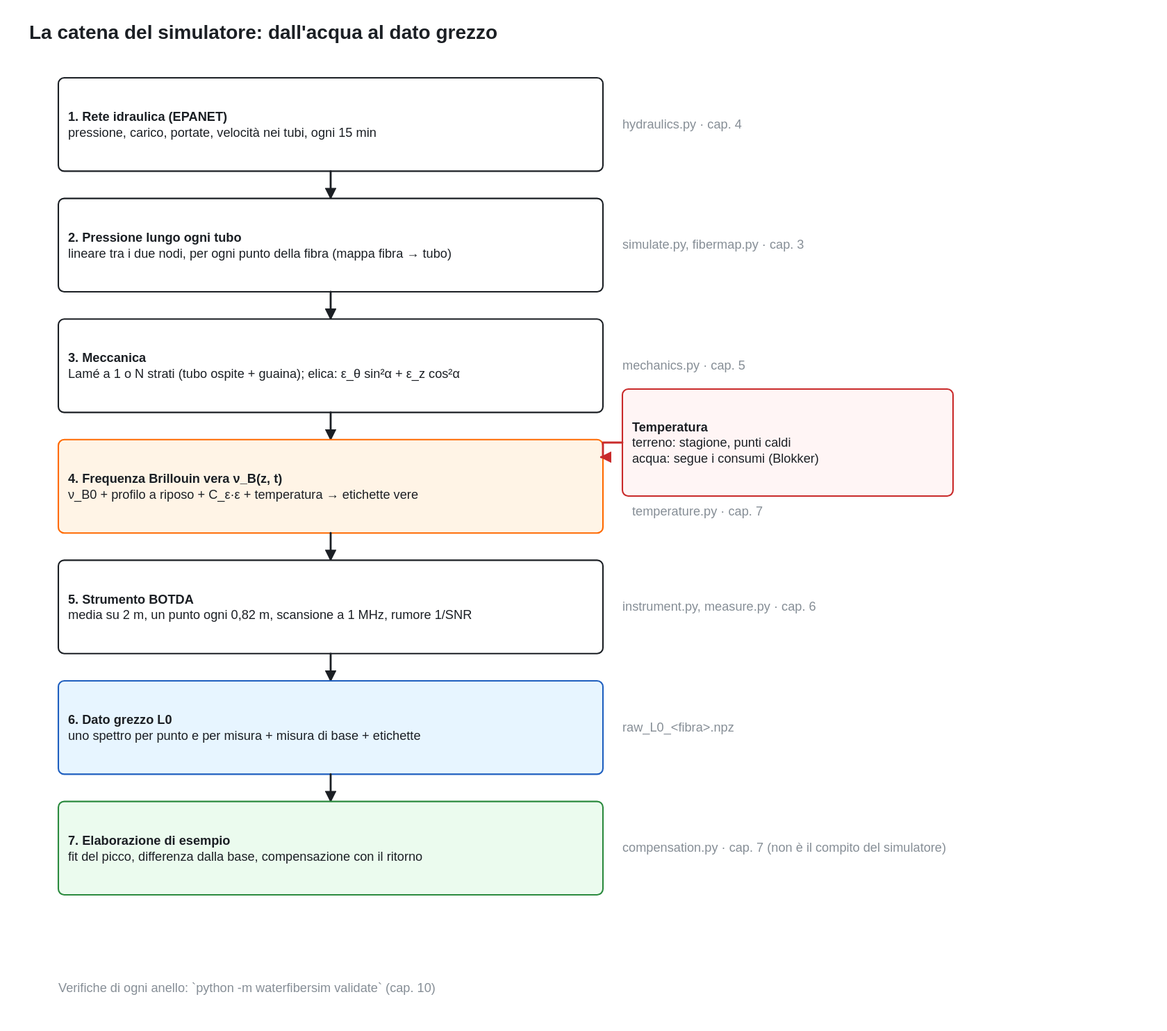
This is docs/img/catena_simulatore.drawio.svg from fabriziogiuliano/WaterFiberSim, a draw.io export, as it was before one commit. Source tidied: cells renumbered, new cells last; positions are measured from the earlier drawing's top-left corner, leaving out a move shared by most shapes.
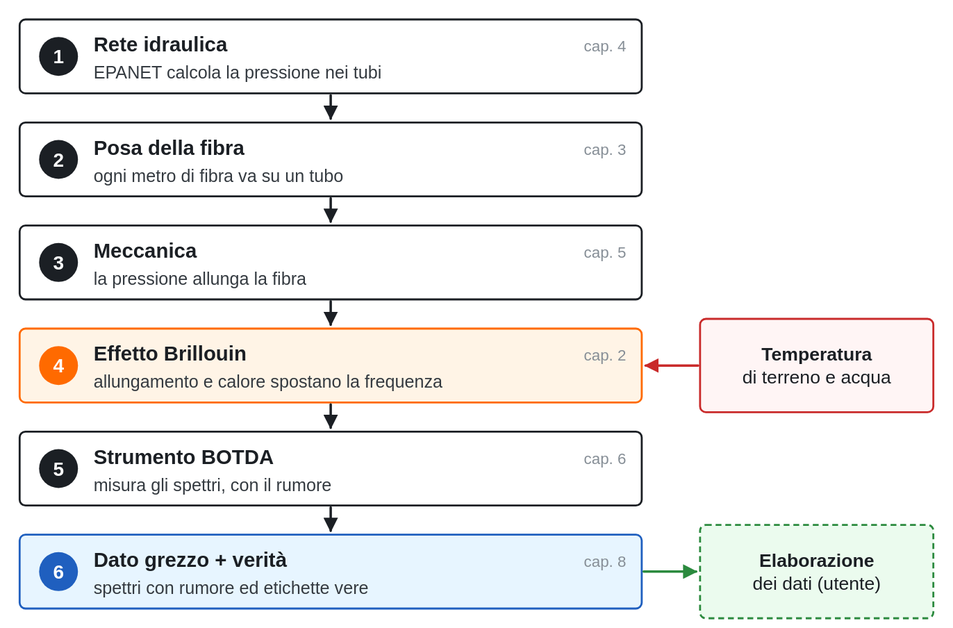
After the commit.

The edit, as a diff of the source:
```diff
@@ -2,105 +2,143 @@
   <root>
     <mxCell id="0" />
     <mxCell id="1" parent="0" />
-    <mxCell id="2" value="&lt;b&gt;La catena del simulatore: dall&amp;#x27;acqua al dato grezzo&lt;/b&gt;" style="text;html=1;fontFamily=Helvetica;spacing=0;align=left;verticalAlign=top;fontSize=20;fontColor=#1b1f24;whiteSpace=wrap;" parent="1" vertex="1">
-      <mxGeometry width="1100" height="29" as="geometry" />
+    <mxCell id="2" style="rounded=1;absoluteArcSize=1;arcSize=12;whiteSpace=wrap;html=1;fillColor=#ffffff;strokeColor=#1b1f24;fontFamily=Helvetica;fontColor=#1b1f24;fontSize=12;align=center;verticalAlign=middle;spacingLeft=2;strokeWidth=2;" parent="1" vertex="1">
+      <mxGeometry x="-10" width="640" height="76" as="geometry" />
     </mxCell>
-    <mxCell id="3" value="&lt;b&gt;1. Rete idraulica (EPANET)&lt;/b&gt;&lt;br&gt;pressione, carico, portate, velocità nei tubi, ogni 15 min" style="rounded=1;absoluteArcSize=1;arcSize=12;whiteSpace=wrap;html=1;fillColor=#ffffff;strokeColor=#1b1f24;fontFamily=Helvetica;fontColor=#1b1f24;fontSize=13;align=left;verticalAlign=middle;spacingLeft=10;strokeWidth=1.5;" parent="1" vertex="1">
-      <mxGeometry x="30" y="60" width="560" height="96" as="geometry" />
+    <mxCell id="3" value="&lt;b&gt;1&lt;/b&gt;" style="ellipse;html=1;fillColor=#1b1f24;strokeColor=none;strokeWidth=1.5;fontFamily=Helvetica;fontSize=20;fontColor=#ffffff;" parent="1" vertex="1">
+      <mxGeometry x="10" y="18" width="40" height="40" as="geometry" />
     </mxCell>
-    <mxCell id="4" value="hydraulics.py · cap. 4" style="text;html=1;fontFamily=Helvetica;spacing=0;align=left;verticalAlign=top;fontSize=13;fontColor=#868e96;whiteSpace=wrap;" parent="1" vertex="1">
-      <mxGeometry x="610" y="99" width="300" height="20.2" as="geometry" />
+    <mxCell id="4" value="&lt;b&gt;Rete idraulica&lt;/b&gt;" style="text;html=1;fontFamily=Helvetica;spacing=0;align=left;verticalAlign=top;fontSize=21;fontColor=#1b1f24;whiteSpace=wrap;" parent="1" vertex="1">
+      <mxGeometry x="66" y="12" width="440" height="30.2" as="geometry" />
     </mxCell>
-    <mxCell id="5" style="endArrow=block;startArrow=none;html=1;rounded=0;strokeColor=#1b1f24;strokeWidth=2;" parent="1" edge="1">
-      <mxGeometry relative="1" as="geometry">
-        <mxPoint x="310" y="156" as="sourcePoint" />
-        <mxPoint x="310" y="184" as="targetPoint" />
-      </mxGeometry>
+    <mxCell id="5" value="EPANET calcola la pressione nei tubi" style="text;html=1;fontFamily=Helvetica;spacing=0;align=left;verticalAlign=top;fontSize=18;fontColor=#343a40;whiteSpace=wrap;" parent="1" vertex="1">
+      <mxGeometry x="66" y="43" width="480" height="26.5" as="geometry" />
     </mxCell>
-    <mxCell id="6" value="&lt;b&gt;2. Pressione lungo ogni tubo&lt;/b&gt;&lt;br&gt;lineare tra i due nodi, per ogni punto della fibra (mappa fibra → tubo)" style="rounded=1;absoluteArcSize=1;arcSize=12;whiteSpace=wrap;html=1;fillColor=#ffffff;strokeColor=#1b1f24;fontFamily=Helvetica;fontColor=#1b1f24;fontSize=13;align=left;verticalAlign=middle;spacingLeft=10;strokeWidth=1.5;" parent="1" vertex="1">
-      <mxGeometry x="30" y="184" width="560" height="96" as="geometry" />
+    <mxCell id="6" value="cap. 4" style="text;html=1;fontFamily=Helvetica;spacing=0;align=right;verticalAlign=top;fontSize=16;fontColor=#868e96;whiteSpace=wrap;" parent="1" vertex="1">
+      <mxGeometry x="534" y="17" width="80" height="24" as="geometry" />
     </mxCell>
-    <mxCell id="7" value="simulate.py, fibermap.py · cap. 3" style="text;html=1;fontFamily=Helvetica;spacing=0;align=left;verticalAlign=top;fontSize=13;fontColor=#868e96;whiteSpace=wrap;" parent="1" vertex="1">
-      <mxGeometry x="610" y="223" width="300" height="20.2" as="geometry" />
+    <mxCell id="7" style="rounded=1;absoluteArcSize=1;arcSize=12;whiteSpace=wrap;html=1;fillColor=#ffffff;strokeColor=#1b1f24;fontFamily=Helvetica;fontColor=#1b1f24;fontSize=12;align=center;verticalAlign=middle;spacingLeft=2;strokeWidth=2;" parent="1" vertex="1">
+      <mxGeometry x="-10" y="106" width="640" height="76" as="geometry" />
     </mxCell>
-    <mxCell id="8" style="endArrow=block;startArrow=none;html=1;rounded=0;strokeColor=#1b1f24;strokeWidth=2;" parent="1" edge="1">
-      <mxGeometry relative="1" as="geometry">
-        <mxPoint x="310" y="280" as="sourcePoint" />
-        <mxPoint x="310" y="308" as="targetPoint" />
-      </mxGeometry>
+    <mxCell id="8" value="&lt;b&gt;2&lt;/b&gt;" style="ellipse;html=1;fillColor=#1b1f24;strokeColor=none;strokeWidth=1.5;fontFamily=Helvetica;fontSize=20;fontColor=#ffffff;" parent="1" vertex="1">
+      <mxGeometry x="10" y="124" width="40" height="40" as="geometry" />
     </mxCell>
-    <mxCell id="9" value="&lt;b&gt;3. Meccanica&lt;/b&gt;&lt;br&gt;Lamé a 1 o N strati (tubo ospite + guaina); elica: ε_θ sin²α + ε_z cos²α" style="rounded=1;absoluteArcSize=1;arcSize=12;whiteSpace=wrap;html=1;fillColor=#ffffff;strokeColor=#1b1f24;fontFamily=Helvetica;fontColor=#1b1f24;fontSize=13;align=left;verticalAlign=middle;spacingLeft=10;strokeWidth=1.5;" parent="1" vertex="1">
-      <mxGeometry x="30" y="308" width="560" height="96" as="geometry" />
+    <mxCell id="9" value="&lt;b&gt;Posa della fibra&lt;/b&gt;" style="text;html=1;fontFamily=Helvetica;spacing=0;align=left;verticalAlign=top;fontSize=21;fontColor=#1b1f24;whiteSpace=wrap;" parent="1" vertex="1">
+      <mxGeometry x="66" y="118" width="440" height="30.2" as="geometry" />
     </mxCell>
-    <mxCell id="10" value="mechanics.py · cap. 5" style="text;html=1;fontFamily=Helvetica;spacing=0;align=left;verticalAlign=top;fontSize=13;fontColor=#868e96;whiteSpace=wrap;" parent="1" vertex="1">
-      <mxGeometry x="610" y="347" width="300" height="20.2" as="geometry" />
+    <mxCell id="10" value="ogni metro di fibra va su un tubo" style="text;html=1;fontFamily=Helvetica;spacing=0;align=left;verticalAlign=top;fontSize=18;fontColor=#343a40;whiteSpace=wrap;" parent="1" vertex="1">
+      <mxGeometry x="66" y="149" width="480" height="26.5" as="geometry" />
     </mxCell>
-    <mxCell id="11" style="endArrow=block;startArrow=none;html=1;rounded=0;strokeColor=#1b1f24;strokeWidth=2;" parent="1" edge="1">
-      <mxGeometry relative="1" as="geometry">
-        <mxPoint x="310" y="404" as="sourcePoint" />
-        <mxPoint x="310" y="432" as="targetPoint" />
-      </mxGeometry>
+    <mxCell id="11" value="cap. 3" style="text;html=1;fontFamily=Helvetica;spacing=0;align=right;verticalAlign=top;fontSize=16;fontColor=#868e96;whiteSpace=wrap;" parent="1" vertex="1">
+      <mxGeometry x="534" y="123" width="80" height="24" as="geometry" />
     </mxCell>
-    <mxCell id="12" value="&lt;b&gt;4. Frequenza Brillouin vera ν_B(z, t)&lt;/b&gt;&lt;br&gt;ν_B0 + profilo a riposo + C_ε·ε + temperatura  →  etichette vere" style="rounded=1;absoluteArcSize=1;arcSize=12;whiteSpace=wrap;html=1;fillColor=#fff4e6;strokeColor=#ff6a00;fontFamily=Helvetica;fontColor=#1b1f24;fontSize=13;align=left;verticalAlign=middle;spacingLeft=10;strokeWidth=1.5;" parent="1" vertex="1">
-      <mxGeometry x="30" y="432" width="560" height="96" as="geometry" />
+    <mxCell id="12" style="endArrow=block;startArrow=none;html=1;rounded=0;strokeColor=#1b1f24;strokeWidth=2.5;" parent="1" edge="1">
+      <mxGeometry relative="1" as="geometry">
+        <mxPoint x="310" y="78" as="sourcePoint" />
+        <mxPoint x="310" y="102" as="targetPoint" />
+      </mxGeometry>
     </mxCell>
-    <mxCell id="13" value="brillouin.py, rest_profile.py · cap. 2, 3" style="text;html=1;fontFamily=Helvetica;spacing=0;align=left;verticalAlign=top;fontSize=13;fontColor=#868e96;whiteSpace=wrap;" parent="1" vertex="1">
-      <mxGeometry x="610" y="471" width="300" height="20.2" as="geometry" />
+    <mxCell id="13" style="rounded=1;absoluteArcSize=1;arcSize=12;whiteSpace=wrap;html=1;fillColor=#ffffff;strokeColor=#1b1f24;fontFamily=Helvetica;fontColor=#1b1f24;fontSize=12;align=center;verticalAlign=middle;spacingLeft=2;strokeWidth=2;" parent="1" vertex="1">
+      <mxGeometry x="-10" y="212" width="640" height="76" as="geometry" />
     </mxCell>
-    <mxCell id="14" style="endArrow=block;startArrow=none;html=1;rounded=0;strokeColor=#1b1f24;strokeWidth=2;" parent="1" edge="1">
-      <mxGeometry relative="1" as="geometry">
-        <mxPoint x="310" y="528" as="sourcePoint" />
-        <mxPoint x="310" y="556" as="targetPoint" />
-      </mxGeometry>
+    <mxCell id="14" value="&lt;b&gt;3&lt;/b&gt;" style="ellipse;html=1;fillColor=#1b1f24;strokeColor=none;strokeWidth=1.5;fontFamily=Helvetica;fontSize=20;fontColor=#ffffff;" parent="1" vertex="1">
+      <mxGeometry x="10" y="230" width="40" height="40" as="geometry" />
     </mxCell>
-    <mxCell id="15" value="&lt;b&gt;5. Strumento BOTDA&lt;/b&gt;&lt;br&gt;media su 2 m, un punto ogni 0,82 m, scansione a 1 MHz, rumore 1/SNR" style="rounded=1;absoluteArcSize=1;arcSize=12;whiteSpace=wrap;html=1;fillColor=#ffffff;strokeColor=#1b1f24;fontFamily=Helvetica;fontColor=#1b1f24;fontSize=13;align=left;verticalAlign=middle;spacingLeft=10;strokeWidth=1.5;" parent="1" vertex="1">
-      <mxGeometry x="30" y="556" width="560" height="96" as="geometry" />
+    <mxCell id="15" value="&lt;b&gt;Meccanica&lt;/b&gt;" style="text;html=1;fontFamily=Helvetica;spacing=0;align=left;verticalAlign=top;fontSize=21;fontColor=#1b1f24;whiteSpace=wrap;" parent="1" vertex="1">
+      <mxGeometry x="66" y="224" width="440" height="30.2" as="geometry" />
     </mxCell>
-    <mxCell id="16" value="instrument.py, measure.py · cap. 6" style="text;html=1;fontFamily=Helvetica;spacing=0;align=left;verticalAlign=top;fontSize=13;fontColor=#868e96;whiteSpace=wrap;" parent="1" vertex="1">
-      <mxGeometry x="610" y="595" width="300" height="20.2" as="geometry" />
+    <mxCell id="16" value="la pressione allunga la fibra" style="text;html=1;fontFamily=Helvetica;spacing=0;align=left;verticalAlign=top;fontSize=18;fontColor=#343a40;whiteSpace=wrap;" parent="1" vertex="1">
+      <mxGeometry x="66" y="255" width="480" height="26.5" as="geometry" />
     </mxCell>
-    <mxCell id="17" style="endArrow=block;startArrow=none;html=1;rounded=0;strokeColor=#1b1f24;strokeWidth=2;" parent="1" edge="1">
-      <mxGeometry relative="1" as="geometry">
-        <mxPoint x="310" y="652" as="sourcePoint" />
-        <mxPoint x="310" y="680" as="targetPoint" />
-      </mxGeometry>
+    <mxCell id="17" value="cap. 5" style="text;html=1;fontFamily=Helvetica;spacing=0;align=right;verticalAlign=top;fontSize=16;fontColor=#868e96;whiteSpace=wrap;" parent="1" vertex="1">
+      <mxGeometry x="534" y="229" width="80" height="24" as="geometry" />
     </mxCell>
-    <mxCell id="18" value="&lt;b&gt;6. Dato grezzo L0&lt;/b&gt;&lt;br&gt;uno spettro per punto e per misura + misura di base + etichette" style="rounded=1;absoluteArcSize=1;arcSize=12;whiteSpace=wrap;html=1;fillColor=#e7f5ff;strokeColor=#1f5fbf;fontFamily=Helvetica;fontColor=#1b1f24;fontSize=13;align=left;verticalAlign=middle;spacingLeft=10;strokeWidth=1.5;" parent="1" vertex="1">
-      <mxGeometry x="30" y="680" width="560" height="96" as="geometry" />
+    <mxCell id="18" style="endArrow=block;startArrow=none;html=1;rounded=0;strokeColor=#1b1f24;strokeWidth=2.5;" parent="1" edge="1">
+      <mxGeometry relative="1" as="geometry">
+        <mxPoint x="310" y="184" as="sourcePoint" />
+        <mxPoint x="310" y="208" as="targetPoint" />
+      </mxGeometry>
     </mxCell>
-    <mxCell id="19" value="raw_L0_&amp;lt;fibra&amp;gt;.npz" style="text;html=1;fontFamily=Helvetica;spacing=0;align=left;verticalAlign=top;fontSize=13;fontColor=#868e96;whiteSpace=wrap;" parent="1" vertex="1">
-      <mxGeometry x="610" y="719" width="300" height="20.2" as="geometry" />
+    <mxCell id="19" style="rounded=1;absoluteArcSize=1;arcSize=12;whiteSpace=wrap;html=1;fillColor=#fff4e6;strokeColor=#ff6a00;fontFamily=Helvetica;fontColor=#1b1f24;fontSize=12;align=center;verticalAlign=middle;spacingLeft=2;strokeWidth=2;" parent="1" vertex="1">
+      <mxGeometry x="-10" y="318" width="640" height="76" as="geometry" />
     </mxCell>
-    <mxCell id="20" style="endArrow=block;startArrow=none;html=1;rounded=0;strokeColor=#1b1f24;strokeWidth=2;" parent="1" edge="1">
-      <mxGeometry relative="1" as="geometry">
-        <mxPoint x="310" y="776" as="sourcePoint" />
-        <mxPoint x="310" y="804" as="targetPoint" />
-      </mxGeometry>
+    <mxCell id="20" value="&lt;b&gt;4&lt;/b&gt;" style="ellipse;html=1;fillColor=#ff6a00;strokeColor=none;strokeWidth=1.5;fontFamily=Helvetica;fontSize=20;fontColor=#ffffff;" parent="1" vertex="1">
+      <mxGeometry x="10" y="336" width="40" height="40" as="geometry" />
     </mxCell>
-    <mxCell id="21" value="&lt;b&gt;7. Elaborazione di esempio&lt;/b&gt;&lt;br&gt;fit del picco, differenza dalla base, compensazione con il ritorno" style="rounded=1;absoluteArcSize=1;arcSize=12;whiteSpace=wrap;html=1;fillColor=#ebfbee;strokeColor=#2b8a3e;fontFamily=Helvetica;fontColor=#1b1f24;fontSize=13;align=left;verticalAlign=middle;spacingLeft=10;strokeWidth=1.5;" parent="1" vertex="1">
-      <mxGeometry x="30" y="804" width="560" height="96" as="geometry" />
+    <mxCell id="21" value="&lt;b&gt;Effetto Brillouin&lt;/b&gt;" style="text;html=1;fontFamily=Helvetica;spacing=0;align=left;verticalAlign=top;fontSize=21;fontColor=#1b1f24;whiteSpace=wrap;" parent="1" vertex="1">
+      <mxGeometry x="66" y="330" width="440" height="30.2" as="geometry" />
     </mxCell>
-    <mxCell id="22" value="compensation.py · cap. 7 (non è il compito del simulatore)" style="text;html=1;fontFamily=Helvetica;spacing=0;align=left;verticalAlign=top;fontSize=13;fontColor=#868e96;whiteSpace=wrap;" parent="1" vertex="1">
-      <mxGeometry x="610" y="843" width="300" height="20.2" as="geometry" />
+    <mxCell id="22" value="allungamento e calore spostano la frequenza" style="text;html=1;fontFamily=Helvetica;spacing=0;align=left;verticalAlign=top;fontSize=18;fontColor=#343a40;whiteSpace=wrap;" parent="1" vertex="1">
+      <mxGeometry x="66" y="361" width="480" height="26.5" as="geometry" />
     </mxCell>
-    <mxCell id="23" value="&lt;b&gt;Temperatura&lt;/b&gt;&lt;br&gt;terreno: stagione, punti caldi&lt;br&gt;acqua: segue i consumi (Blokker)" style="rounded=1;absoluteArcSize=1;arcSize=12;whiteSpace=wrap;html=1;fillColor=#fff5f5;strokeColor=#c92a2a;fontFamily=Helvetica;fontColor=#1b1f24;fontSize=13;align=left;verticalAlign=middle;spacingLeft=10;strokeWidth=1.5;" parent="1" vertex="1">
-      <mxGeometry x="610" y="380" width="340" height="110" as="geometry" />
+    <mxCell id="23" value="cap. 2" style="text;html=1;fontFamily=Helvetica;spacing=0;align=right;verticalAlign=top;fontSize=16;fontColor=#868e96;whiteSpace=wrap;" parent="1" vertex="1">
+      <mxGeometry x="534" y="335" width="80" height="24" as="geometry" />
     </mxCell>
-    <mxCell id="24" value="temperature.py · cap. 7" style="text;html=1;fontFamily=Helvetica;spacing=0;align=left;verticalAlign=top;fontSize=13;fontColor=#868e96;whiteSpace=wrap;" parent="1" vertex="1">
-      <mxGeometry x="620" y="497" width="300" height="20.2" as="geometry" />
+    <mxCell id="24" style="endArrow=block;startArrow=none;html=1;rounded=0;strokeColor=#1b1f24;strokeWidth=2.5;" parent="1" edge="1">
+      <mxGeometry relative="1" as="geometry">
+        <mxPoint x="310" y="290" as="sourcePoint" />
+        <mxPoint x="310" y="314" as="targetPoint" />
+      </mxGeometry>
     </mxCell>
-    <mxCell id="25" style="endArrow=block;startArrow=none;html=1;rounded=0;strokeColor=#c92a2a;strokeWidth=2;" parent="1" edge="1">
-      <mxGeometry relative="1" as="geometry">
-        <mxPoint x="610" y="435" as="sourcePoint" />
-        <mxPoint x="588" y="450" as="targetPoint" />
-        <Array as="points">
-          <mxPoint x="590" y="435" />
-          <mxPoint x="590" y="450" />
-        </Array>
-      </mxGeometry>
+    <mxCell id="25" style="rounded=1;absoluteArcSize=1;arcSize=12;whiteSpace=wrap;html=1;fillColor=#ffffff;strokeColor=#1b1f24;fontFamily=Helvetica;fontColor=#1b1f24;fontSize=12;align=center;verticalAlign=middle;spacingLeft=2;strokeWidth=2;" parent="1" vertex="1">
+      <mxGeometry x="-10" y="424" width="640" height="76" as="geometry" />
     </mxCell>
-    <mxCell id="26" value="Verifiche di ogni anello: `python -m waterfibersim validate` (cap. 10)" style="text;html=1;fontFamily=Helvetica;spacing=0;align=left;verticalAlign=top;fontSize=13;fontColor=#868e96;whiteSpace=wrap;" parent="1" vertex="1">
-      <mxGeometry x="30" y="987" width="900" height="20.2" as="geometry" />
+    <mxCell id="26" value="&lt;b&gt;5&lt;/b&gt;" style="ellipse;html=1;fillColor=#1b1f24;strokeColor=none;strokeWidth=1.5;fontFamily=Helvetica;fontSize=20;fontColor=#ffffff;" parent="1" vertex="1">
+      <mxGeometry x="10" y="442" width="40" height="40" as="geometry" />
     </mxCell>
+    <mxCell id="27" value="&lt;b&gt;Strumento BOTDA&lt;/b&gt;" style="text;html=1;fontFamily=Helvetica;spacing=0;align=left;verticalAlign=top;fontSize=21;fontColor=#1b1f24;whiteSpace=wrap;" parent="1" vertex="1">
+      <mxGeometry x="66" y="436" width="440" height="30.2" as="geometry" />
+    </mxCell>
+    <mxCell id="28" value="misura gli spettri, con il rumore" style="text;html=1;fontFamily=Helvetica;spacing=0;align=left;verticalAlign=top;fontSize=18;fontColor=#343a40;whiteSpace=wrap;" parent="1" vertex="1">
+      <mxGeometry x="66" y="467" width="480" height="26.5" as="geometry" />
+    </mxCell>
+    <mxCell id="29" value="cap. 6" style="text;html=1;fontFamily=Helvetica;spacing=0;align=right;verticalAlign=top;fontSize=16;fontColor=#868e96;whiteSpace=wrap;" parent="1" vertex="1">
+      <mxGeometry x="534" y="441" width="80" height="24" as="geometry" />
+    </mxCell>
+    <mxCell id="30" style="endArrow=block;startArrow=none;html=1;rounded=0;strokeColor=#1b1f24;strokeWidth=2.5;" parent="1" edge="1">
+      <mxGeometry relative="1" as="geometry">
+        <mxPoint x="310" y="396" as="sourcePoint" />
+        <mxPoint x="310" y="420" as="targetPoint" />
+      </mxGeometry>
+    </mxCell>
+    <mxCell id="31" style="rounded=1;absoluteArcSize=1;arcSize=12;whiteSpace=wrap;html=1;fillColor=#e7f5ff;strokeColor=#1f5fbf;fontFamily=Helvetica;fontColor=#1b1f24;fontSize=12;align=center;verticalAlign=middle;spacingLeft=2;strokeWidth=2;" parent="1" vertex="1">
+      <mxGeometry x="-10" y="530" width="640" height="76" as="geometry" />
+    </mxCell>
+    <mxCell id="32" value="&lt;b&gt;6&lt;/b&gt;" style="ellipse;html=1;fillColor=#1f5fbf;strokeColor=none;strokeWidth=1.5;fontFamily=Helvetica;fontSize=20;fontColor=#ffffff;" parent="1" vertex="1">
+      <mxGeometry x="10" y="548" width="40" height="40" as="geometry" />
+    </mxCell>
+    <mxCell id="33" value="&lt;b&gt;Dato grezzo + verità&lt;/b&gt;" style="text;html=1;fontFamily=Helvetica;spacing=0;align=left;verticalAlign=top;fontSize=21;fontColor=#1b1f24;whiteSpace=wrap;" parent="1" vertex="1">
+      <mxGeometry x="66" y="542" width="440" height="30.2" as="geometry" />
+    </mxCell>
+    <mxCell id="34" value="spettri con rumore ed etichette vere" style="text;html=1;fontFamily=Helvetica;spacing=0;align=left;verticalAlign=top;fontSize=18;fontColor=#343a40;whiteSpace=wrap;" parent="1" vertex="1">
+      <mxGeometry x="66" y="573" width="480" height="26.5" as="geometry" />
+    </mxCell>
+    <mxCell id="35" value="cap. 8" style="text;html=1;fontFamily=Helvetica;spacing=0;align=right;verticalAlign=top;fontSize=16;fontColor=#868e96;whiteSpace=wrap;" parent="1" vertex="1">
+      <mxGeometry x="534" y="547" width="80" height="24" as="geometry" />
+    </mxCell>
+    <mxCell id="36" style="endArrow=block;startArrow=none;html=1;rounded=0;strokeColor=#1b1f24;strokeWidth=2.5;" parent="1" edge="1">
+      <mxGeometry relative="1" as="geometry">
+        <mxPoint x="310" y="502" as="sourcePoint" />
+        <mxPoint x="310" y="526" as="targetPoint" />
+      </mxGeometry>
+    </mxCell>
+    <mxCell id="37" value="&lt;b&gt;Temperatura&lt;/b&gt;&lt;br&gt;di terreno e acqua" style="rounded=1;absoluteArcSize=1;arcSize=12;whiteSpace=wrap;html=1;fillColor=#fff5f5;strokeColor=#c92a2a;fontFamily=Helvetica;fontColor=#1b1f24;fontSize=19;align=center;verticalAlign=middle;spacingLeft=2;strokeWidth=2;" parent="1" vertex="1">
+      <mxGeometry x="690" y="308" width="240" height="96" as="geometry" />
+    </mxCell>
+    <mxCell id="38" style="endArrow=block;startArrow=none;html=1;rounded=0;strokeColor=#c92a2a;strokeWidth=2.5;" parent="1" edge="1">
+      <mxGeometry relative="1" as="geometry">
+        <mxPoint x="688" y="356" as="sourcePoint" />
+        <mxPoint x="634" y="356" as="targetPoint" />
+      </mxGeometry>
+    </mxCell>
+    <mxCell id="39" value="&lt;b&gt;Elaborazione&lt;/b&gt;&lt;br&gt;dei dati (utente)" style="rounded=1;absoluteArcSize=1;arcSize=12;whiteSpace=wrap;html=1;fillColor=#ebfbee;strokeColor=#2b8a3e;fontFamily=Helvetica;fontColor=#1b1f24;fontSize=19;align=center;verticalAlign=middle;spacingLeft=2;strokeWidth=2;dashed=1;" parent="1" vertex="1">
+      <mxGeometry x="690" y="520" width="240" height="96" as="geometry" />
+    </mxCell>
+    <mxCell id="40" style="endArrow=block;startArrow=none;html=1;rounded=0;strokeColor=#2b8a3e;strokeWidth=2.5;" parent="1" edge="1">
+      <mxGeometry relative="1" as="geometry">
+        <mxPoint x="632" y="568" as="sourcePoint" />
+        <mxPoint x="686" y="568" as="targetPoint" />
+      </mxGeometry>
+    </mxCell>
   </root>
 </mxGraphModel>
```
